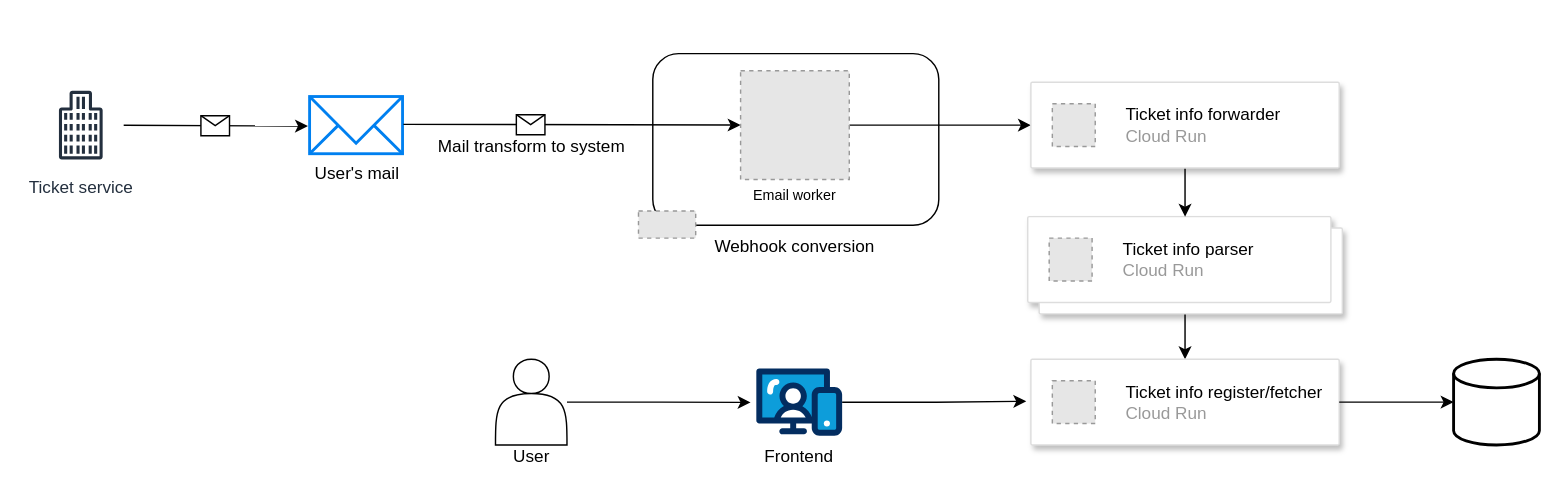
Above: infra-chart.drawio in miutaku/eventer-ticket-manage (draw.io), before the change. Source tidied: cells renumbered, new cells numbered last; positions are measured from the earlier drawing's top-left corner, leaving out a move shared by most shapes. Both pictures are drawn from the tidied source at 143%, with x=0, y=0 at pixel (37, 53). Pictures stored in the file or linked from it are replaced by grey dashed boxes.
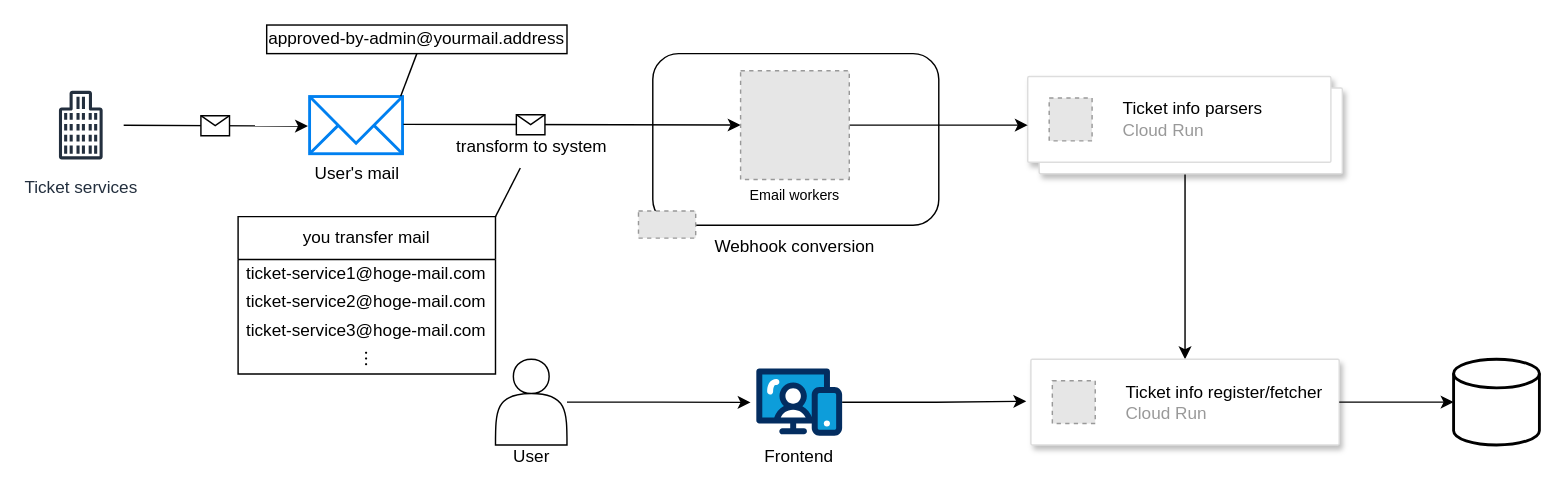
The same diagram, later.

Commit message:
infra-chart.drawio を更新します

The change refers to these unchanged cells:
```xml
<mxCell id="6" value="User's mail" style="html=1;verticalLabelPosition=bottom;align=center;labelBackgroundColor=#ffffff;verticalAlign=top;strokeWidth=2;strokeColor=#0080F0;shadow=0;dashed=0;shape=mxgraph.ios7.icons.mail;" parent="1" vertex="1">
  <mxGeometry x="190" y="30" width="65" height="40" as="geometry" />
</mxCell>
<mxCell id="25" style="fillColor=#E6E6E6;strokeColor=#999999;dashed=1;html=1;verticalAlign=top;verticalLabelPosition=bottom;labelBackgroundColor=#ffffff;" parent="1" vertex="1">
  <mxGeometry x="491.4" y="12" width="76" height="76" as="geometry" />
</mxCell>
```

What changed in the source:
```diff
@@
-    <mxCell id="3" value="Ticket service" style="sketch=0;outlineConnect=0;fontColor=#232F3E;gradientColor=none;strokeColor=#232F3E;fillColor=#ffffff;dashed=0;verticalLabelPosition=bottom;verticalAlign=top;align=center;html=1;fontSize=12;fontStyle=0;shape=mxgraph.aws4.resourceIcon;resIcon=mxgraph.aws4.office_building;" parent="1" vertex="1">
+    <mxCell id="3" value="Ticket services" style="sketch=0;outlineConnect=0;fontColor=#232F3E;gradientColor=none;strokeColor=#232F3E;fillColor=#ffffff;dashed=0;verticalLabelPosition=bottom;verticalAlign=top;align=center;html=1;fontSize=12;fontStyle=0;shape=mxgraph.aws4.resourceIcon;resIcon=mxgraph.aws4.office_building;" parent="1" vertex="1">
       <mxGeometry y="20" width="60" height="60" as="geometry" />
     </mxCell>
@@
     <mxCell id="9" style="shape=mxgraph.gcp2.doubleRect;strokeColor=#dddddd;shadow=1;strokeWidth=1;rounded=1;absoluteArcSize=1;arcSize=2;" parent="1" vertex="1">
-      <mxGeometry x="692.2" y="114" width="220" height="68" as="geometry" />
+      <mxGeometry x="692.2" y="16" width="220" height="68" as="geometry" />
     </mxCell>
-    <mxCell id="10" value="&lt;font color=&quot;#000000&quot;&gt;Ticket info parser&lt;/font&gt;&lt;div&gt;Cloud Run&lt;/div&gt;" style="fillColor=#E6E6E6;strokeColor=#999999;dashed=1;html=1;fontColor=#999999;verticalLabelPosition=middle;verticalAlign=middle;labelPosition=right;align=left;spacingLeft=20;" parent="9" vertex="1">
+    <mxCell id="10" value="&lt;font color=&quot;#000000&quot;&gt;Ticket info parsers&lt;/font&gt;&lt;div&gt;Cloud Run&lt;/div&gt;" style="fillColor=#E6E6E6;strokeColor=#999999;dashed=1;html=1;fontColor=#999999;verticalLabelPosition=middle;verticalAlign=middle;labelPosition=right;align=left;spacingLeft=20;" parent="9" vertex="1">
       <mxGeometry width="30" height="30" relative="1" as="geometry">
         <mxPoint x="15" y="15" as="offset" />
       </mxGeometry>
     </mxCell>
@@
-    <mxCell id="21" value="Mail transform to system" style="text;html=1;align=center;verticalAlign=middle;points=[];strokeColor=none;fillColor=none;" parent="1" vertex="1">
-      <mxGeometry x="270" y="50" width="150" height="30" as="geometry" />
+    <mxCell id="21" value="transform to system" style="text;html=1;align=center;verticalAlign=middle;points=[];strokeColor=none;fillColor=none;" parent="1" vertex="1">
+      <mxGeometry x="280" y="50" width="130" height="30" as="geometry" />
     </mxCell>
-    <mxCell id="22" style="edgeStyle=orthogonalEdgeStyle;rounded=0;jettySize=auto;html=1;entryX=0;entryY=0.5;entryDx=0;entryDy=0;" parent="1" edge="1" source="25" target="29">
+    <mxCell id="22" style="edgeStyle=orthogonalEdgeStyle;rounded=0;jettySize=auto;html=1;entryX=0;entryY=0.5;entryDx=0;entryDy=0;" parent="1" edge="1" source="25" target="9">
       <mxGeometry relative="1" as="geometry" />
     </mxCell>
@@
-    <mxCell id="26" value="&lt;font style=&quot;font-size: 10px;&quot;&gt;Email worker&lt;/font&gt;" style="text;html=1;align=center;verticalAlign=middle;strokeColor=none;fillColor=none;" parent="1" vertex="1">
-      <mxGeometry x="489.4" y="84" width="80" height="30" as="geometry" />
+    <mxCell id="26" value="&lt;font style=&quot;font-size: 10px;&quot;&gt;Email workers&lt;/font&gt;" style="text;html=1;align=center;verticalAlign=middle;strokeColor=none;fillColor=none;" parent="1" vertex="1">
+      <mxGeometry x="484.4" y="84" width="90" height="30" as="geometry" />
     </mxCell>
@@
-    <mxCell id="28" style="edgeStyle=orthogonalEdgeStyle;rounded=0;jettySize=auto;html=1;" parent="1" edge="1" source="29" target="9">
-      <mxGeometry relative="1" as="geometry" />
-    </mxCell>
-    <mxCell id="29" style="strokeColor=#dddddd;shadow=1;strokeWidth=1;rounded=1;absoluteArcSize=1;arcSize=2;" parent="1" vertex="1">
-      <mxGeometry x="694.4" y="20" width="215.6" height="60" as="geometry" />
-    </mxCell>
-    <mxCell id="30" value="&lt;font color=&quot;#000000&quot;&gt;Ticket info forwarder&lt;/font&gt;&lt;br&gt;Cloud Run" style="fillColor=#E6E6E6;strokeColor=#999999;dashed=1;html=1;fontColor=#999999;verticalLabelPosition=middle;verticalAlign=middle;labelPosition=right;align=left;spacingLeft=20;" parent="29" vertex="1">
-      <mxGeometry width="30" height="30" relative="1" as="geometry">
-        <mxPoint x="15" y="15" as="offset" />
-      </mxGeometry>
-    </mxCell>
+    <mxCell id="31" value="you transfer mail" style="swimlane;fontStyle=0;horizontal=1;startSize=30;whiteSpace=wrap;html=1;" parent="1" vertex="1">
+      <mxGeometry x="140" y="114" width="180" height="110" as="geometry" />
+    </mxCell>
+    <mxCell id="32" value="ticket-service1@hoge-mail.com" style="text;strokeColor=none;fillColor=none;align=left;verticalAlign=middle;spacingLeft=4;spacingRight=4;overflow=hidden;whiteSpace=wrap;html=1;" parent="31" vertex="1">
+      <mxGeometry y="30" width="180" height="20" as="geometry" />
+    </mxCell>
+    <mxCell id="33" value="ticket-service2@hoge-mail.com" style="text;strokeColor=none;fillColor=none;align=left;verticalAlign=middle;spacingLeft=4;spacingRight=4;overflow=hidden;whiteSpace=wrap;html=1;" parent="31" vertex="1">
+      <mxGeometry y="50" width="180" height="20" as="geometry" />
+    </mxCell>
+    <mxCell id="34" value="ticket-service3@hoge-mail.com" style="text;strokeColor=none;fillColor=none;align=left;verticalAlign=middle;spacingLeft=4;spacingRight=4;overflow=hidden;whiteSpace=wrap;html=1;" parent="31" vertex="1">
+      <mxGeometry y="70" width="180" height="20" as="geometry" />
+    </mxCell>
+    <mxCell id="35" value="︙" style="text;strokeColor=none;fillColor=none;align=center;verticalAlign=middle;spacingLeft=4;spacingRight=4;overflow=hidden;whiteSpace=wrap;html=1;" parent="31" vertex="1">
+      <mxGeometry y="90" width="180" height="20" as="geometry" />
+    </mxCell>
+    <mxCell id="36" style="endArrow=none;html=1;rounded=0;exitX=1;exitY=0;exitDx=0;exitDy=0;" parent="1" edge="1" source="31" target="21">
+      <mxGeometry relative="1" as="geometry" />
+    </mxCell>
+    <mxCell id="37" value="approved-by-admin@yourmail.address" style="rounded=0;whiteSpace=wrap;html=1;" parent="1" vertex="1">
+      <mxGeometry x="160" y="-20" width="210" height="20" as="geometry" />
+    </mxCell>
+    <mxCell id="38" style="endArrow=none;html=1;rounded=0;exitX=0.5;exitY=1;exitDx=0;exitDy=0;entryX=0.98;entryY=-0.004;entryDx=0;entryDy=0;entryPerimeter=0;" parent="1" edge="1" source="37" target="6">
+      <mxGeometry relative="1" as="geometry" />
+    </mxCell>
```
